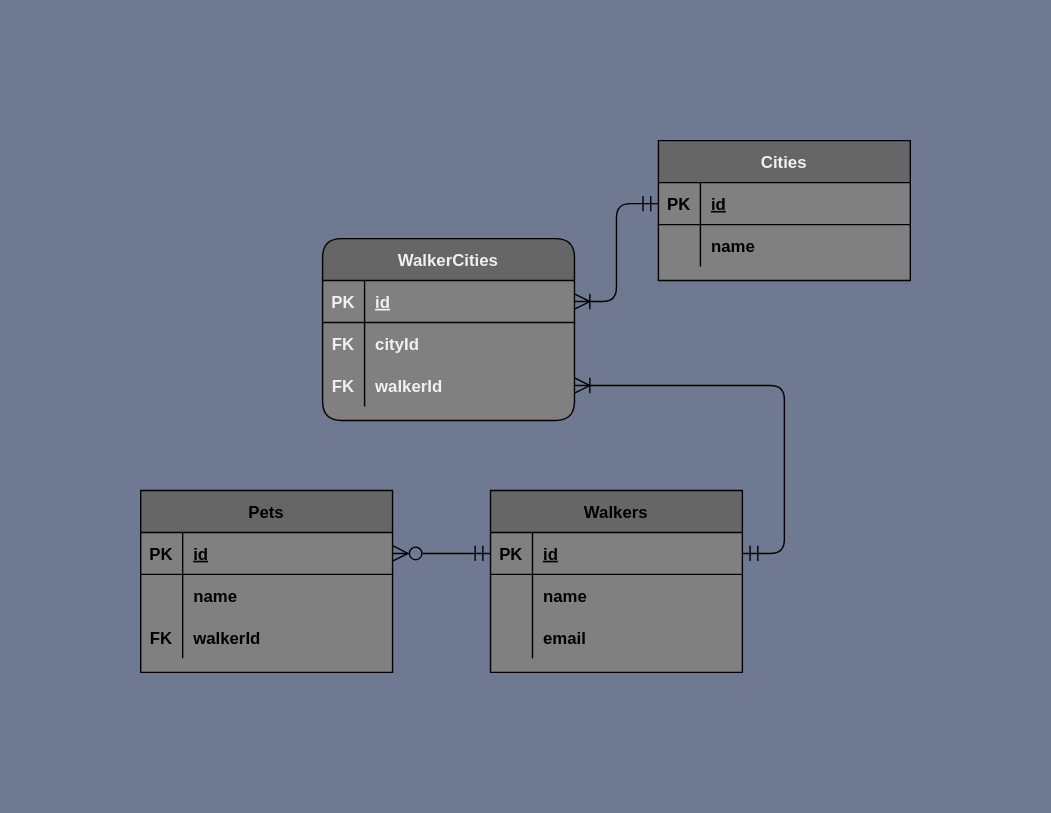
This is doc/database-erd.drawio.svg from Mtn-Creations/deshawns-dog-walking, a draw.io export, as it was before one commit. Source tidied: cells renumbered, new cells last; positions are measured from the earlier drawing's top-left corner, leaving out a move shared by most shapes.
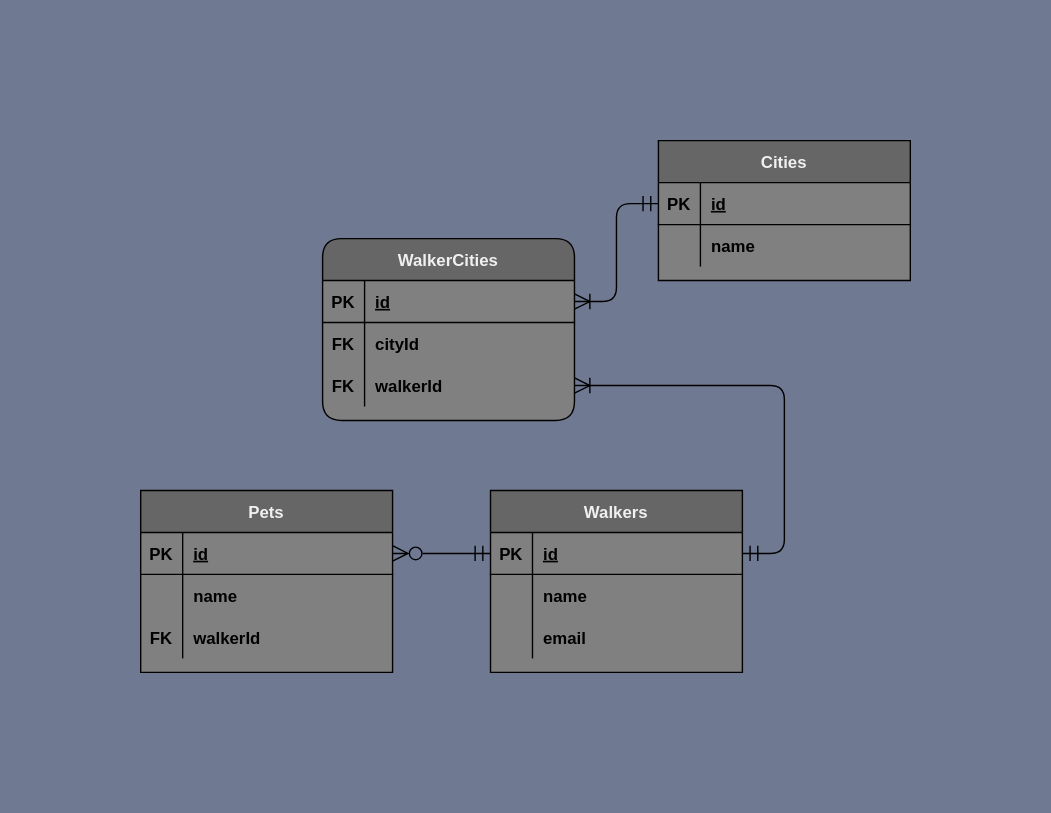
After the change.

Commit message:
Fix ERD styling

What changed in the source:
```diff
@@ -2,7 +2,7 @@
   <root>
     <mxCell id="0" />
     <mxCell id="1" parent="0" />
-    <mxCell id="2" value="Walkers" style="shape=table;startSize=30;rowLines=0;fontStyle=1;align=center;rounded=0;fillColor=#666666;swimlaneFillColor=#808080;" parent="1" vertex="1">
+    <mxCell id="2" value="Walkers" style="shape=table;startSize=30;rowLines=0;fontStyle=1;align=center;rounded=0;fillColor=#666666;swimlaneFillColor=#808080;fontColor=#F0F0F0;labelBackgroundColor=none;labelBorderColor=none;gradientColor=none;" parent="1" vertex="1">
       <mxGeometry x="250" y="250" width="180" height="130" as="geometry" />
     </mxCell>
     <mxCell id="3" style="shape=partialRectangle;fillColor=none;top=0;left=0;bottom=1;right=0;points=[[0,0.5],[1,0.5]];portConstraint=eastwest;rounded=0;" parent="2" vertex="1">
@@ -32,7 +32,7 @@
     <mxCell id="11" value="email" style="shape=partialRectangle;fillColor=none;top=0;left=0;bottom=0;right=0;align=left;spacingLeft=6;overflow=hidden;fontStyle=1;rounded=0;" parent="9" vertex="1">
       <mxGeometry x="30" width="150" height="30" as="geometry" />
     </mxCell>
-    <mxCell id="12" value="Pets" style="shape=table;startSize=30;rowLines=0;fontStyle=1;align=center;rounded=0;fillColor=#666666;swimlaneFillColor=#808080;" parent="1" vertex="1">
+    <mxCell id="12" value="Pets" style="shape=table;startSize=30;rowLines=0;fontStyle=1;align=center;rounded=0;fillColor=#666666;swimlaneFillColor=#808080;fontColor=#F0F0F0;labelBackgroundColor=none;labelBorderColor=none;gradientColor=none;" parent="1" vertex="1">
       <mxGeometry y="250" width="180" height="130" as="geometry" />
     </mxCell>
     <mxCell id="13" style="shape=partialRectangle;fillColor=none;top=0;left=0;bottom=1;right=0;points=[[0,0.5],[1,0.5]];portConstraint=eastwest;rounded=0;" parent="12" vertex="1">
@@ -92,31 +92,31 @@
     <mxCell id="31" value="WalkerCities" style="shape=table;startSize=30;rowLines=0;fontStyle=1;align=center;labelBackgroundColor=none;labelBorderColor=none;fontColor=#F0F0F0;html=0;fillColor=#666666;gradientColor=none;swimlaneFillColor=#808080;rounded=1;" parent="1" vertex="1">
       <mxGeometry x="130" y="70" width="180" height="130" as="geometry" />
     </mxCell>
-    <mxCell id="32" style="shape=partialRectangle;fillColor=none;top=0;left=0;bottom=1;right=0;points=[[0,0.5],[1,0.5]];portConstraint=eastwest;labelBackgroundColor=none;labelBorderColor=none;fontColor=#F0F0F0;html=0;" parent="31" vertex="1">
+    <mxCell id="32" style="shape=partialRectangle;fillColor=none;top=0;left=0;bottom=1;right=0;points=[[0,0.5],[1,0.5]];portConstraint=eastwest;labelBackgroundColor=none;labelBorderColor=none;fontColor=default;html=0;rounded=0;" parent="31" vertex="1">
       <mxGeometry y="30" width="180" height="30" as="geometry" />
     </mxCell>
-    <mxCell id="33" value="PK" style="shape=partialRectangle;fillColor=none;top=0;left=0;bottom=0;right=0;fontStyle=1;overflow=hidden;labelBackgroundColor=none;labelBorderColor=none;fontColor=#F0F0F0;html=0;" parent="32" vertex="1">
+    <mxCell id="33" value="PK" style="shape=partialRectangle;fillColor=none;top=0;left=0;bottom=0;right=0;fontStyle=1;overflow=hidden;labelBackgroundColor=none;labelBorderColor=none;fontColor=default;html=0;rounded=0;" parent="32" vertex="1">
       <mxGeometry width="30" height="30" as="geometry" />
     </mxCell>
-    <mxCell id="34" value="id" style="shape=partialRectangle;fillColor=none;top=0;left=0;bottom=0;right=0;align=left;spacingLeft=6;fontStyle=5;overflow=hidden;labelBackgroundColor=none;labelBorderColor=none;fontColor=#F0F0F0;html=0;" parent="32" vertex="1">
+    <mxCell id="34" value="id" style="shape=partialRectangle;fillColor=none;top=0;left=0;bottom=0;right=0;align=left;spacingLeft=6;fontStyle=5;overflow=hidden;labelBackgroundColor=none;labelBorderColor=none;fontColor=default;html=0;rounded=0;" parent="32" vertex="1">
       <mxGeometry x="30" width="150" height="30" as="geometry" />
     </mxCell>
-    <mxCell id="35" style="shape=partialRectangle;fillColor=none;top=0;left=0;bottom=0;right=0;labelBackgroundColor=none;labelBorderColor=none;fontColor=#F0F0F0;html=0;" parent="31" vertex="1">
+    <mxCell id="35" style="shape=partialRectangle;fillColor=none;top=0;left=0;bottom=0;right=0;labelBackgroundColor=none;labelBorderColor=none;fontColor=default;html=0;rounded=0;" parent="31" vertex="1">
       <mxGeometry y="60" width="180" height="30" as="geometry" />
     </mxCell>
-    <mxCell id="36" value="FK" style="shape=partialRectangle;fillColor=none;top=0;left=0;bottom=0;right=0;overflow=hidden;labelBackgroundColor=none;labelBorderColor=none;fontColor=#F0F0F0;html=0;fontStyle=1;" parent="35" vertex="1">
+    <mxCell id="36" value="FK" style="shape=partialRectangle;fillColor=none;top=0;left=0;bottom=0;right=0;overflow=hidden;labelBackgroundColor=none;labelBorderColor=none;fontColor=default;html=0;fontStyle=1;rounded=0;" parent="35" vertex="1">
       <mxGeometry width="30" height="30" as="geometry" />
     </mxCell>
-    <mxCell id="37" value="cityId" style="shape=partialRectangle;fillColor=none;top=0;left=0;bottom=0;right=0;align=left;spacingLeft=6;overflow=hidden;labelBackgroundColor=none;labelBorderColor=none;fontColor=#F0F0F0;html=0;fontStyle=1;" parent="35" vertex="1">
+    <mxCell id="37" value="cityId" style="shape=partialRectangle;fillColor=none;top=0;left=0;bottom=0;right=0;align=left;spacingLeft=6;overflow=hidden;labelBackgroundColor=none;labelBorderColor=none;fontColor=default;html=0;fontStyle=1;rounded=0;" parent="35" vertex="1">
       <mxGeometry x="30" width="150" height="30" as="geometry" />
     </mxCell>
-    <mxCell id="38" style="shape=partialRectangle;fillColor=none;top=0;left=0;bottom=0;right=0;points=[[0,0.5],[1,0.5]];portConstraint=eastwest;labelBackgroundColor=none;labelBorderColor=none;fontColor=#F0F0F0;html=0;" parent="31" vertex="1">
+    <mxCell id="38" style="shape=partialRectangle;fillColor=none;top=0;left=0;bottom=0;right=0;points=[[0,0.5],[1,0.5]];portConstraint=eastwest;labelBackgroundColor=none;labelBorderColor=none;fontColor=default;html=0;rounded=0;" parent="31" vertex="1">
       <mxGeometry y="90" width="180" height="30" as="geometry" />
     </mxCell>
-    <mxCell id="39" value="FK" style="shape=partialRectangle;fillColor=none;top=0;left=0;bottom=0;right=0;overflow=hidden;labelBackgroundColor=none;labelBorderColor=none;fontColor=#F0F0F0;html=0;fontStyle=1;" parent="38" vertex="1">
+    <mxCell id="39" value="FK" style="shape=partialRectangle;fillColor=none;top=0;left=0;bottom=0;right=0;overflow=hidden;labelBackgroundColor=none;labelBorderColor=none;fontColor=default;html=0;fontStyle=1;rounded=0;" parent="38" vertex="1">
       <mxGeometry width="30" height="30" as="geometry" />
     </mxCell>
-    <mxCell id="40" value="walkerId" style="shape=partialRectangle;fillColor=none;top=0;left=0;bottom=0;right=0;align=left;spacingLeft=6;overflow=hidden;labelBackgroundColor=none;labelBorderColor=none;fontColor=#F0F0F0;html=0;fontStyle=1;" parent="38" vertex="1">
+    <mxCell id="40" value="walkerId" style="shape=partialRectangle;fillColor=none;top=0;left=0;bottom=0;right=0;align=left;spacingLeft=6;overflow=hidden;labelBackgroundColor=none;labelBorderColor=none;fontColor=default;html=0;fontStyle=1;rounded=0;" parent="38" vertex="1">
       <mxGeometry x="30" width="150" height="30" as="geometry" />
     </mxCell>
     <mxCell id="41" style="fontSize=12;html=1;endArrow=ERoneToMany;startArrow=ERmandOne;edgeStyle=entityRelationEdgeStyle;strokeColor=default;endSize=9;startSize=9;endFill=0;jumpSize=7;rounded=1;startFill=0;" parent="1" edge="1" source="3" target="38">
```
